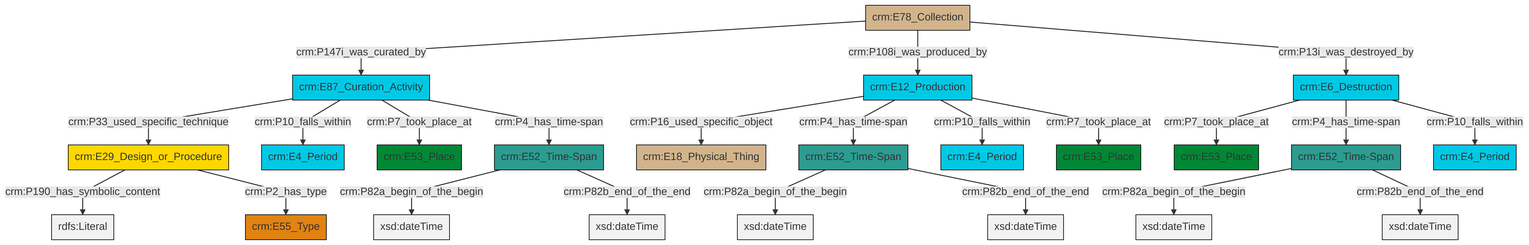
This is et/archivalCSV/ttl/mmd/png/archival_existence.png from swiss-art-research-net/docs.swissartresearch, a Mermaid export, as it was before one commit. Its source is kept beside it as et/archivalCSV/ttl/mmd/archival_existence.ttl.mmd.
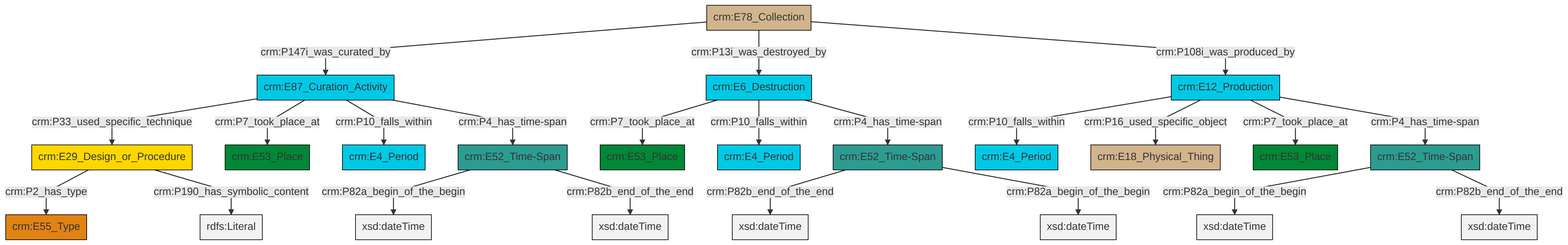
The same file after the commit.

What changed in the source:
```diff
@@ -13,25 +13,25 @@
 classDef PC_Classes fill:#4ce600, stroke:#000000;
 classDef Multi fill:#cccccc,stroke:#000000;
 
-0["crm:E12_Production"]:::Temporal_Entity -->|crm:P16_used_specific_object| 1["crm:E18_Physical_Thing"]:::Physical_Thing
-0["crm:E12_Production"]:::Temporal_Entity -->|crm:P4_has_time-span| 4["crm:E52_Time-Span"]:::Time-Span
-6["crm:E87_Curation_Activity"]:::Temporal_Entity -->|crm:P33_used_specific_technique| 7["crm:E29_Design_or_Procedure"]:::Conceptual_Object
-8["crm:E6_Destruction"]:::Temporal_Entity -->|crm:P7_took_place_at| 9["crm:E53_Place"]:::Place
-13["crm:E78_Collection"]:::Physical_Thing -->|crm:P147i_was_curated_by| 6["crm:E87_Curation_Activity"]:::Temporal_Entity
-2["crm:E52_Time-Span"]:::Time-Span -->|crm:P82a_begin_of_the_begin| 14[xsd:dateTime]:::Literal
-13["crm:E78_Collection"]:::Physical_Thing -->|crm:P108i_was_produced_by| 0["crm:E12_Production"]:::Temporal_Entity
-7["crm:E29_Design_or_Procedure"]:::Conceptual_Object -->|crm:P190_has_symbolic_content| 15[rdfs:Literal]:::Literal
-0["crm:E12_Production"]:::Temporal_Entity -->|crm:P10_falls_within| 16["crm:E4_Period"]:::Temporal_Entity
-8["crm:E6_Destruction"]:::Temporal_Entity -->|crm:P4_has_time-span| 2["crm:E52_Time-Span"]:::Time-Span
-7["crm:E29_Design_or_Procedure"]:::Conceptual_Object -->|crm:P2_has_type| 19["crm:E55_Type"]:::Type
-0["crm:E12_Production"]:::Temporal_Entity -->|crm:P7_took_place_at| 24["crm:E53_Place"]:::Place
-13["crm:E78_Collection"]:::Physical_Thing -->|crm:P13i_was_destroyed_by| 8["crm:E6_Destruction"]:::Temporal_Entity
-6["crm:E87_Curation_Activity"]:::Temporal_Entity -->|crm:P10_falls_within| 11["crm:E4_Period"]:::Temporal_Entity
-4["crm:E52_Time-Span"]:::Time-Span -->|crm:P82a_begin_of_the_begin| 26[xsd:dateTime]:::Literal
-6["crm:E87_Curation_Activity"]:::Temporal_Entity -->|crm:P7_took_place_at| 20["crm:E53_Place"]:::Place
-4["crm:E52_Time-Span"]:::Time-Span -->|crm:P82b_end_of_the_end| 28[xsd:dateTime]:::Literal
-6["crm:E87_Curation_Activity"]:::Temporal_Entity -->|crm:P4_has_time-span| 32["crm:E52_Time-Span"]:::Time-Span
-32["crm:E52_Time-Span"]:::Time-Span -->|crm:P82a_begin_of_the_begin| 34[xsd:dateTime]:::Literal
-8["crm:E6_Destruction"]:::Temporal_Entity -->|crm:P10_falls_within| 30["crm:E4_Period"]:::Temporal_Entity
-2["crm:E52_Time-Span"]:::Time-Span -->|crm:P82b_end_of_the_end| 37[xsd:dateTime]:::Literal
-32["crm:E52_Time-Span"]:::Time-Span -->|crm:P82b_end_of_the_end| 38[xsd:dateTime]:::Literal
+2["crm:E12_Production"]:::Temporal_Entity -->|crm:P10_falls_within| 3["crm:E4_Period"]:::Temporal_Entity
+2["crm:E12_Production"]:::Temporal_Entity -->|crm:P16_used_specific_object| 7["crm:E18_Physical_Thing"]:::Physical_Thing
+8["crm:E52_Time-Span"]:::Time-Span -->|crm:P82a_begin_of_the_begin| 9[xsd:dateTime]:::Literal
+10["crm:E6_Destruction"]:::Temporal_Entity -->|crm:P7_took_place_at| 11["crm:E53_Place"]:::Place
+2["crm:E12_Production"]:::Temporal_Entity -->|crm:P7_took_place_at| 4["crm:E53_Place"]:::Place
+10["crm:E6_Destruction"]:::Temporal_Entity -->|crm:P10_falls_within| 17["crm:E4_Period"]:::Temporal_Entity
+18["crm:E78_Collection"]:::Physical_Thing -->|crm:P147i_was_curated_by| 19["crm:E87_Curation_Activity"]:::Temporal_Entity
+8["crm:E52_Time-Span"]:::Time-Span -->|crm:P82b_end_of_the_end| 21[xsd:dateTime]:::Literal
+23["crm:E52_Time-Span"]:::Time-Span -->|crm:P82a_begin_of_the_begin| 24[xsd:dateTime]:::Literal
+0["crm:E29_Design_or_Procedure"]:::Conceptual_Object -->|crm:P2_has_type| 25["crm:E55_Type"]:::Type
+26["crm:E52_Time-Span"]:::Time-Span -->|crm:P82b_end_of_the_end| 27[xsd:dateTime]:::Literal
+19["crm:E87_Curation_Activity"]:::Temporal_Entity -->|crm:P33_used_specific_technique| 0["crm:E29_Design_or_Procedure"]:::Conceptual_Object
+18["crm:E78_Collection"]:::Physical_Thing -->|crm:P13i_was_destroyed_by| 10["crm:E6_Destruction"]:::Temporal_Entity
+2["crm:E12_Production"]:::Temporal_Entity -->|crm:P4_has_time-span| 23["crm:E52_Time-Span"]:::Time-Span
+23["crm:E52_Time-Span"]:::Time-Span -->|crm:P82b_end_of_the_end| 33[xsd:dateTime]:::Literal
+10["crm:E6_Destruction"]:::Temporal_Entity -->|crm:P4_has_time-span| 26["crm:E52_Time-Span"]:::Time-Span
+0["crm:E29_Design_or_Procedure"]:::Conceptual_Object -->|crm:P190_has_symbolic_content| 34[rdfs:Literal]:::Literal
+26["crm:E52_Time-Span"]:::Time-Span -->|crm:P82a_begin_of_the_begin| 35[xsd:dateTime]:::Literal
+19["crm:E87_Curation_Activity"]:::Temporal_Entity -->|crm:P7_took_place_at| 15["crm:E53_Place"]:::Place
+18["crm:E78_Collection"]:::Physical_Thing -->|crm:P108i_was_produced_by| 2["crm:E12_Production"]:::Temporal_Entity
+19["crm:E87_Curation_Activity"]:::Temporal_Entity -->|crm:P10_falls_within| 12["crm:E4_Period"]:::Temporal_Entity
+19["crm:E87_Curation_Activity"]:::Temporal_Entity -->|crm:P4_has_time-span| 8["crm:E52_Time-Span"]:::Time-Span
```
